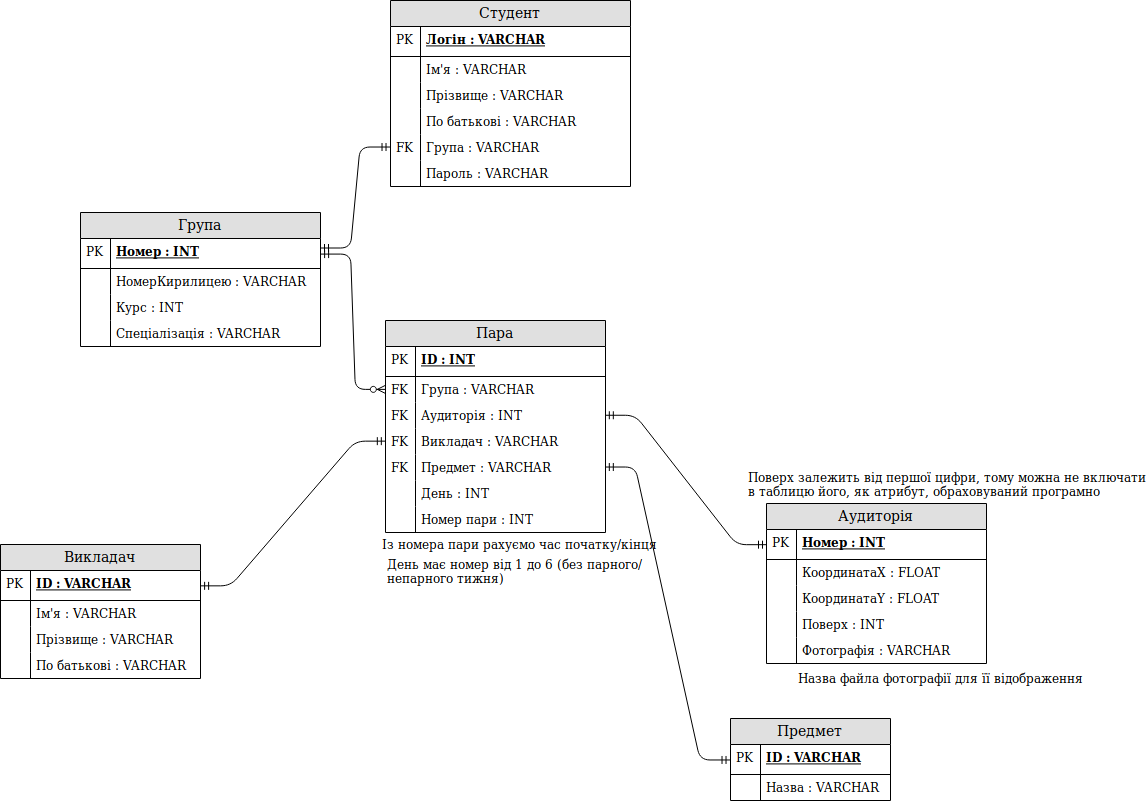
This is doc/DatabaseStructure.png from MazanYan/AndroidAppDatabaseTest, a draw.io export, as it was before one commit. Source tidied: cells renumbered, new cells last; positions are measured from the earlier drawing's top-left corner, leaving out a move shared by most shapes.
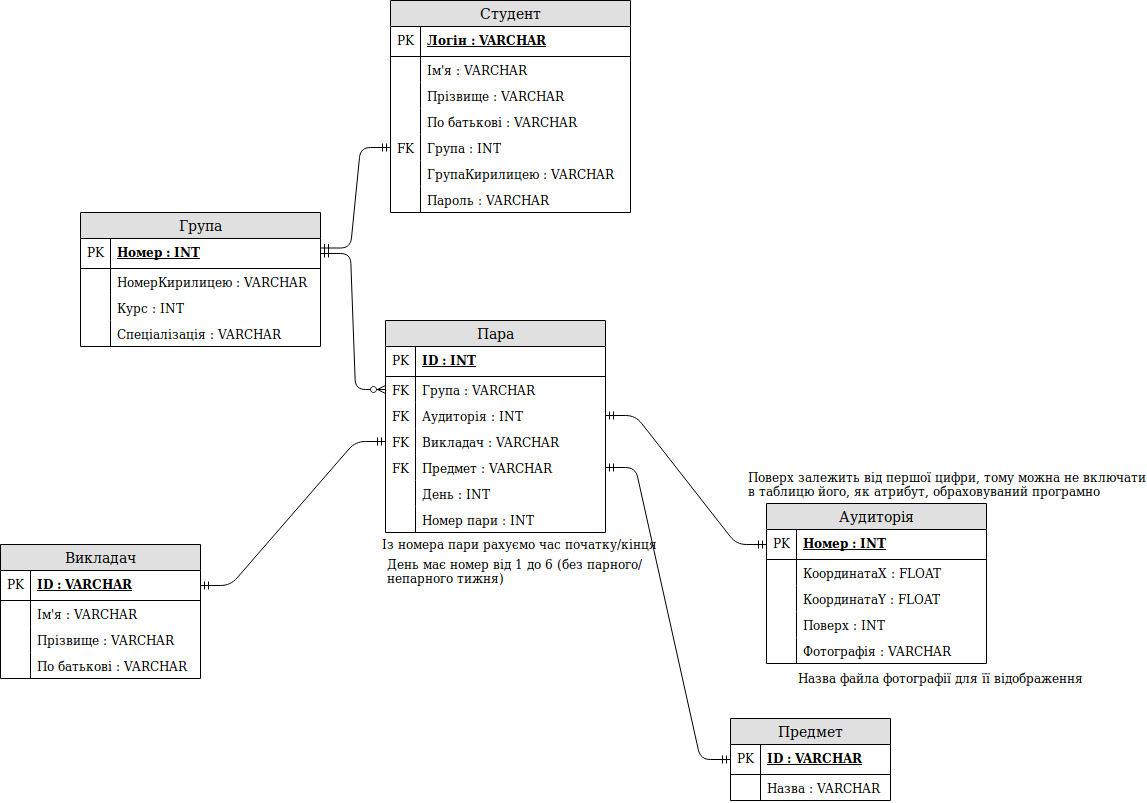
The same diagram one commit later.

Change to the diagram source:
```diff
@@ -3,7 +3,7 @@
     <mxCell id="0" />
     <mxCell id="1" parent="0" />
     <mxCell id="2" value="Студент" style="swimlane;fontStyle=0;horizontal=1;startSize=26;fillColor=#e0e0e0;swimlaneFillColor=#ffffff;align=center;fontSize=14;" parent="1" vertex="1">
-      <mxGeometry x="390" width="240" height="186" as="geometry" />
+      <mxGeometry x="390" width="240" height="212" as="geometry" />
     </mxCell>
     <mxCell id="3" value="Логін : VARCHAR" style="shape=partialRectangle;top=0;left=0;right=0;bottom=1;align=left;verticalAlign=middle;fillColor=none;spacingLeft=34;spacingRight=4;overflow=hidden;fontStyle=5;fontSize=12;" parent="2" vertex="1">
       <mxGeometry y="26" width="240" height="30" as="geometry" />
@@ -29,14 +29,20 @@
     <mxCell id="10" style="shape=partialRectangle;top=0;left=0;bottom=0;fillColor=none;align=left;verticalAlign=top;spacingLeft=4;spacingRight=4;overflow=hidden;fontSize=12;" parent="9" vertex="1">
       <mxGeometry width="30" height="26" as="geometry" />
     </mxCell>
-    <mxCell id="11" value="Група : VARCHAR" style="shape=partialRectangle;top=0;left=0;right=0;bottom=0;align=left;verticalAlign=top;fillColor=none;spacingLeft=34;spacingRight=4;overflow=hidden;points=[[0,0.5],[1,0.5]];portConstraint=eastwest;fontSize=12;" parent="2" vertex="1">
+    <mxCell id="11" value="Група : INT" style="shape=partialRectangle;top=0;left=0;right=0;bottom=0;align=left;verticalAlign=top;fillColor=none;spacingLeft=34;spacingRight=4;overflow=hidden;points=[[0,0.5],[1,0.5]];portConstraint=eastwest;fontSize=12;" parent="2" vertex="1">
       <mxGeometry y="134" width="240" height="26" as="geometry" />
     </mxCell>
     <mxCell id="12" value="FK" style="shape=partialRectangle;top=0;left=0;bottom=0;fillColor=none;align=left;verticalAlign=top;spacingLeft=4;spacingRight=4;overflow=hidden;fontSize=12;" parent="11" vertex="1">
       <mxGeometry width="30" height="26" as="geometry" />
     </mxCell>
+    <mxCell id="75" value="ГрупаКирилицею : VARCHAR" style="shape=partialRectangle;top=0;left=0;right=0;bottom=0;align=left;verticalAlign=top;fillColor=none;spacingLeft=34;spacingRight=4;overflow=hidden;fontSize=12;" parent="2" vertex="1">
+      <mxGeometry y="160" width="240" height="26" as="geometry" />
+    </mxCell>
+    <mxCell id="76" style="shape=partialRectangle;top=0;left=0;bottom=0;fillColor=none;align=left;verticalAlign=top;spacingLeft=4;spacingRight=4;overflow=hidden;fontSize=12;" parent="75" vertex="1">
+      <mxGeometry width="30" height="26" as="geometry" />
+    </mxCell>
     <mxCell id="13" value="Пароль : VARCHAR" style="shape=partialRectangle;top=0;left=0;right=0;bottom=0;align=left;verticalAlign=top;fillColor=none;spacingLeft=34;spacingRight=4;overflow=hidden;fontSize=12;" parent="2" vertex="1">
-      <mxGeometry y="160" width="240" height="26" as="geometry" />
+      <mxGeometry y="186" width="240" height="26" as="geometry" />
     </mxCell>
     <mxCell id="14" style="shape=partialRectangle;top=0;left=0;bottom=0;fillColor=none;align=left;verticalAlign=top;spacingLeft=4;spacingRight=4;overflow=hidden;fontSize=12;" parent="13" vertex="1">
       <mxGeometry width="30" height="26" as="geometry" />
```
